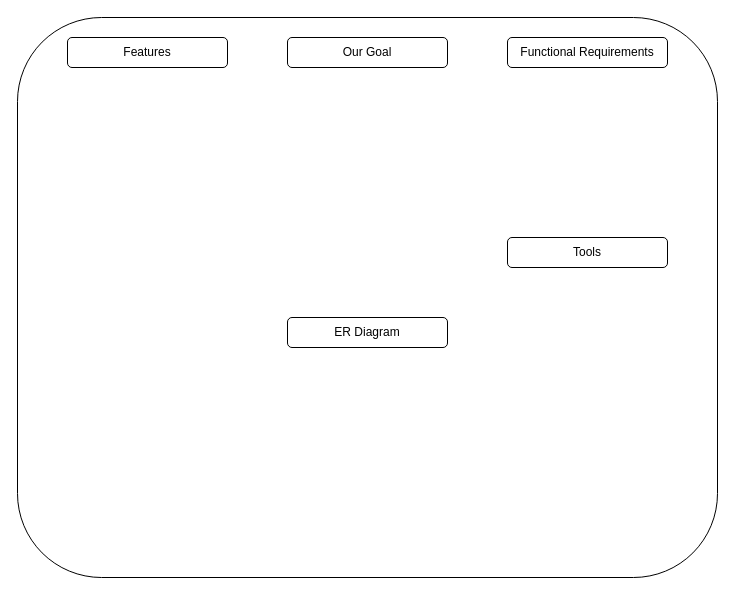
This is Docs/Designs/ProjectPoster.drawio from schoolblues/CSC-490-Capstone, a draw.io file, before an edit. Source tidied: cells renumbered, new cells numbered last; positions are measured from the earlier drawing's top-left corner, leaving out a move shared by most shapes. Both pictures are drawn from the tidied source at 100%, with x=0, y=0 at pixel (17, 17).
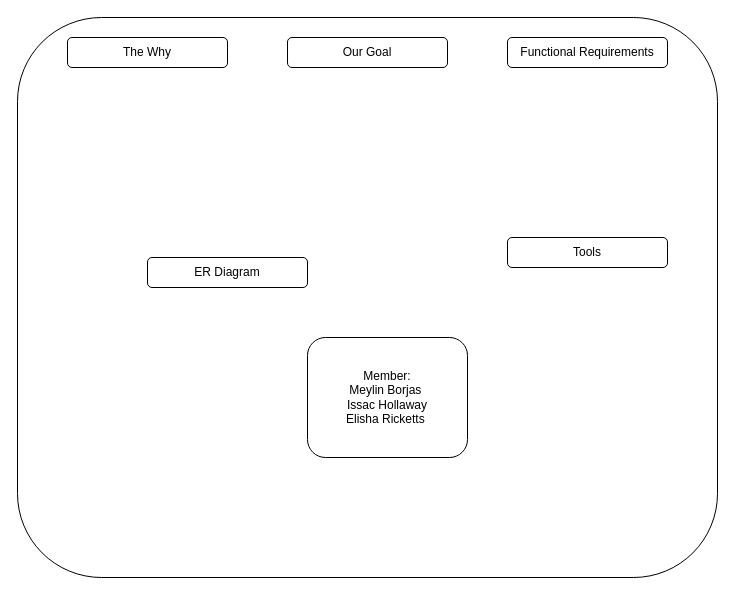
The same page after the edit.

Diff of the diagram source:
```diff
@@
 <mxGraphModel>
   <root>
     <mxCell id="0" />
     <mxCell id="1" parent="0" />
     <mxCell id="2" style="rounded=1;whiteSpace=wrap;html=1;" parent="1" vertex="1">
       <mxGeometry width="700" height="560" as="geometry" />
     </mxCell>
     <mxCell id="3" value="Tools" style="rounded=1;whiteSpace=wrap;html=1;" parent="1" vertex="1">
       <mxGeometry x="490" y="220" width="160" height="30" as="geometry" />
     </mxCell>
-    <mxCell id="4" value="Features" style="rounded=1;whiteSpace=wrap;html=1;" parent="1" vertex="1">
+    <mxCell id="4" value="The Why" style="rounded=1;whiteSpace=wrap;html=1;" parent="1" vertex="1">
       <mxGeometry x="50" y="20" width="160" height="30" as="geometry" />
     </mxCell>
     <mxCell id="5" value="Functional Requirements" style="rounded=1;whiteSpace=wrap;html=1;" parent="1" vertex="1">
       <mxGeometry x="490" y="20" width="160" height="30" as="geometry" />
     </mxCell>
     <mxCell id="6" value="Our Goal" style="rounded=1;whiteSpace=wrap;html=1;" parent="1" vertex="1">
       <mxGeometry x="270" y="20" width="160" height="30" as="geometry" />
     </mxCell>
     <mxCell id="7" value="ER Diagram" style="rounded=1;whiteSpace=wrap;html=1;" parent="1" vertex="1">
-      <mxGeometry x="270" y="300" width="160" height="30" as="geometry" />
+      <mxGeometry x="130" y="240" width="160" height="30" as="geometry" />
     </mxCell>
+    <mxCell id="8" value="Member:&lt;div&gt;Meylin Borjas&amp;nbsp;&lt;/div&gt;&lt;div&gt;Issac Hollaway&lt;/div&gt;&lt;div&gt;Elisha Ricketts&amp;nbsp;&lt;/div&gt;" style="rounded=1;whiteSpace=wrap;html=1;" parent="1" vertex="1">
+      <mxGeometry x="290" y="320" width="160" height="120" as="geometry" />
+    </mxCell>
   </root>
 </mxGraphModel>
```
